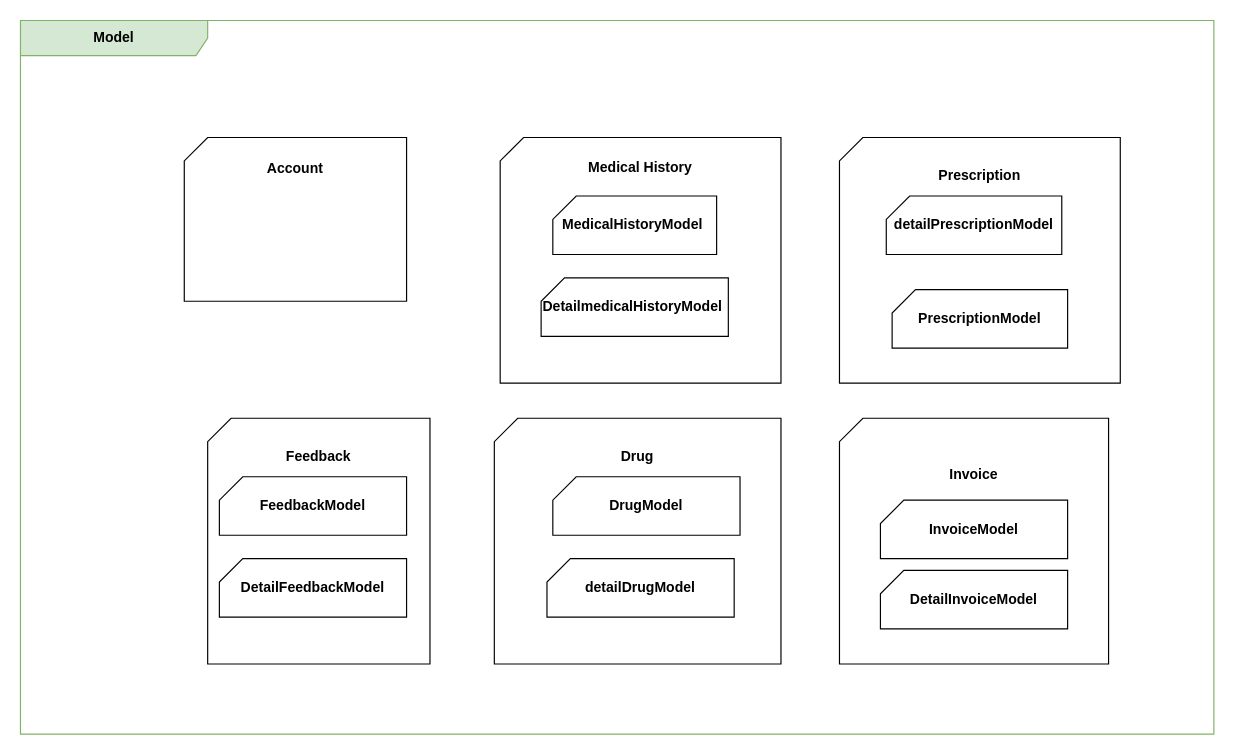
Earlier version of the draw.io diagram page "Page-4" (4 of 4) of doc/SowareArchiture/SA-diagram.drawio (DN2803/Intro2SE_21_3_lab). Source tidied: cells renumbered, new cells numbered last; positions are measured from the earlier drawing's top-left corner, leaving out a move shared by most shapes. Both pictures are drawn from the tidied source at 117%, with x=0, y=0 at pixel (20, 20).
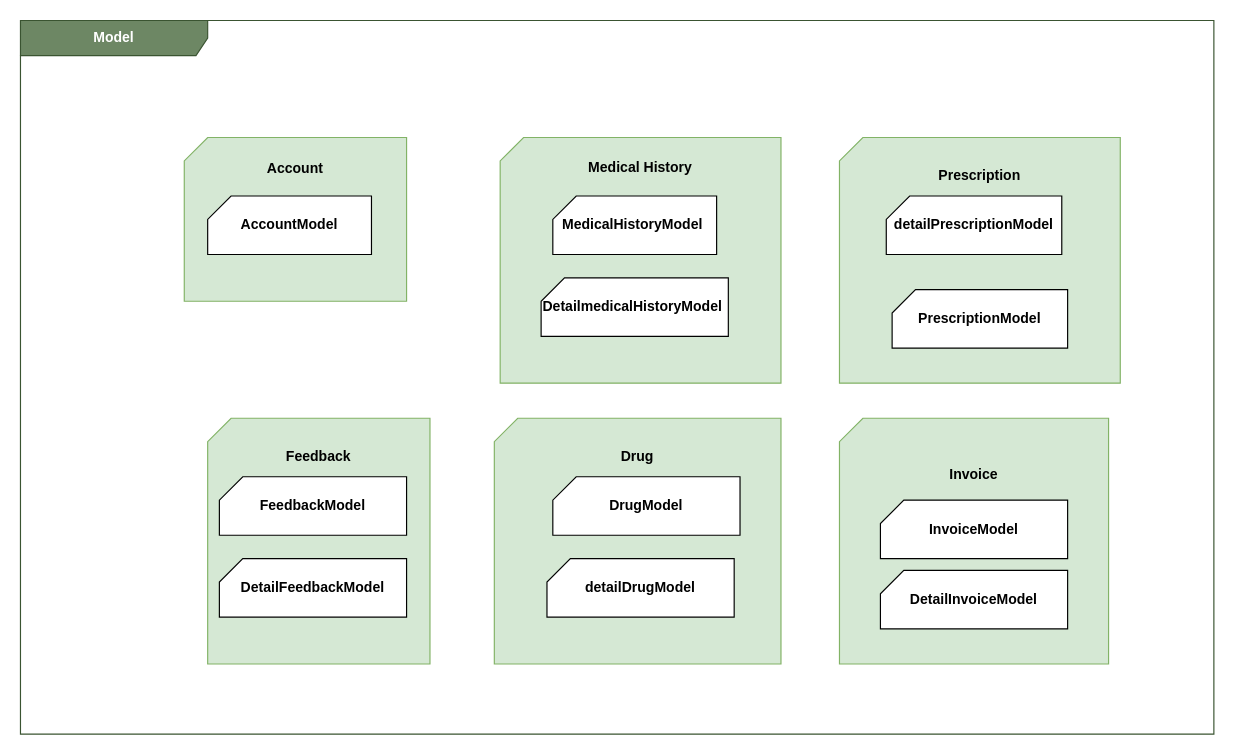
Above is the later version.

Change to the diagram source:
```diff
@@
 <mxGraphModel>
   <root>
     <mxCell id="0" />
     <mxCell id="1" parent="0" />
-    <mxCell id="2" value="&lt;b&gt;Model&lt;/b&gt;" style="shape=umlFrame;whiteSpace=wrap;html=1;width=160;fillColor=#d5e8d4;strokeColor=#82b366;" parent="1" vertex="1">
+    <mxCell id="2" value="&lt;b&gt;Model&lt;/b&gt;" style="shape=umlFrame;whiteSpace=wrap;html=1;width=160;fillColor=#6d8764;strokeColor=#3A5431;fontColor=#ffffff;" parent="1" vertex="1">
       <mxGeometry width="1020" height="610" as="geometry" />
     </mxCell>
-    <mxCell id="3" value="&lt;b&gt;Account&lt;br&gt;&lt;br&gt;&lt;br&gt;&lt;br&gt;&lt;br&gt;&lt;br&gt;&lt;br&gt;&lt;/b&gt;" style="shape=card;whiteSpace=wrap;html=1;size=20;" parent="2" vertex="1">
+    <mxCell id="3" value="&lt;b&gt;Account&lt;br&gt;&lt;br&gt;&lt;br&gt;&lt;br&gt;&lt;br&gt;&lt;br&gt;&lt;br&gt;&lt;/b&gt;" style="shape=card;whiteSpace=wrap;html=1;size=20;fillColor=#d5e8d4;strokeColor=#82b366;" parent="2" vertex="1">
       <mxGeometry x="140" y="100" width="190" height="140" as="geometry" />
     </mxCell>
-    <mxCell id="4" value="&lt;b&gt;Invoice&lt;br&gt;&lt;br&gt;&lt;br&gt;&lt;br&gt;&lt;br&gt;&lt;br&gt;&lt;br&gt;&lt;br&gt;&lt;br&gt;&lt;/b&gt;" style="shape=card;whiteSpace=wrap;html=1;size=20;" parent="2" vertex="1">
+    <mxCell id="4" value="&lt;b&gt;Invoice&lt;br&gt;&lt;br&gt;&lt;br&gt;&lt;br&gt;&lt;br&gt;&lt;br&gt;&lt;br&gt;&lt;br&gt;&lt;br&gt;&lt;/b&gt;" style="shape=card;whiteSpace=wrap;html=1;size=20;fillColor=#d5e8d4;strokeColor=#82b366;" parent="2" vertex="1">
       <mxGeometry x="700" y="340" width="230" height="210" as="geometry" />
     </mxCell>
-    <mxCell id="5" value="&lt;b&gt;Feedback&lt;br&gt;&lt;br&gt;&lt;br&gt;&lt;br&gt;&lt;br&gt;&lt;br&gt;&lt;br&gt;&lt;br&gt;&lt;br&gt;&lt;br&gt;&lt;br&gt;&lt;/b&gt;" style="shape=card;whiteSpace=wrap;html=1;size=20;" parent="2" vertex="1">
+    <mxCell id="5" value="&lt;b&gt;Feedback&lt;br&gt;&lt;br&gt;&lt;br&gt;&lt;br&gt;&lt;br&gt;&lt;br&gt;&lt;br&gt;&lt;br&gt;&lt;br&gt;&lt;br&gt;&lt;br&gt;&lt;/b&gt;" style="shape=card;whiteSpace=wrap;html=1;size=20;fillColor=#d5e8d4;strokeColor=#82b366;" parent="2" vertex="1">
       <mxGeometry x="160" y="340" width="190" height="210" as="geometry" />
     </mxCell>
-    <mxCell id="6" value="&lt;b&gt;Drug&lt;br&gt;&lt;br&gt;&lt;br&gt;&lt;br&gt;&lt;br&gt;&lt;br&gt;&lt;br&gt;&lt;br&gt;&lt;br&gt;&lt;br&gt;&lt;br&gt;&lt;/b&gt;" style="shape=card;whiteSpace=wrap;html=1;size=20;" parent="2" vertex="1">
+    <mxCell id="6" value="&lt;b&gt;Drug&lt;br&gt;&lt;br&gt;&lt;br&gt;&lt;br&gt;&lt;br&gt;&lt;br&gt;&lt;br&gt;&lt;br&gt;&lt;br&gt;&lt;br&gt;&lt;br&gt;&lt;/b&gt;" style="shape=card;whiteSpace=wrap;html=1;size=20;fillColor=#d5e8d4;strokeColor=#82b366;" parent="2" vertex="1">
       <mxGeometry x="405" y="340" width="245" height="210" as="geometry" />
     </mxCell>
-    <mxCell id="7" value="&lt;b&gt;Medical History&lt;br&gt;&lt;br&gt;&lt;br&gt;&lt;br&gt;&lt;br&gt;&lt;br&gt;&lt;br&gt;&lt;br&gt;&lt;br&gt;&lt;br&gt;&lt;br&gt;&lt;br&gt;&lt;/b&gt;" style="shape=card;whiteSpace=wrap;html=1;size=20;" parent="2" vertex="1">
+    <mxCell id="7" value="&lt;b&gt;Medical History&lt;br&gt;&lt;br&gt;&lt;br&gt;&lt;br&gt;&lt;br&gt;&lt;br&gt;&lt;br&gt;&lt;br&gt;&lt;br&gt;&lt;br&gt;&lt;br&gt;&lt;br&gt;&lt;/b&gt;" style="shape=card;whiteSpace=wrap;html=1;size=20;fillColor=#d5e8d4;strokeColor=#82b366;" parent="2" vertex="1">
       <mxGeometry x="410" y="100" width="240" height="210" as="geometry" />
     </mxCell>
     <mxCell id="8" value="&lt;b&gt;MedicalHistoryModel&amp;nbsp;&lt;br&gt;&lt;/b&gt;" style="shape=card;whiteSpace=wrap;html=1;size=20;" parent="2" vertex="1">
       <mxGeometry x="455" y="150" width="140" height="50" as="geometry" />
     </mxCell>
     <mxCell id="9" value="&lt;b&gt;DetailmedicalHistoryModel&amp;nbsp;&lt;br&gt;&lt;/b&gt;" style="shape=card;whiteSpace=wrap;html=1;size=20;" parent="2" vertex="1">
       <mxGeometry x="445" y="220" width="160" height="50" as="geometry" />
     </mxCell>
-    <mxCell id="10" value="&lt;b&gt;Prescription&lt;/b&gt;&lt;br&gt;&lt;br&gt;&lt;br&gt;&lt;br&gt;&lt;br&gt;&lt;br&gt;&lt;br&gt;&lt;br&gt;&lt;br&gt;&lt;br&gt;&lt;br&gt;" style="shape=card;whiteSpace=wrap;html=1;size=20;" parent="2" vertex="1">
+    <mxCell id="10" value="&lt;b&gt;Prescription&lt;/b&gt;&lt;br&gt;&lt;br&gt;&lt;br&gt;&lt;br&gt;&lt;br&gt;&lt;br&gt;&lt;br&gt;&lt;br&gt;&lt;br&gt;&lt;br&gt;&lt;br&gt;" style="shape=card;whiteSpace=wrap;html=1;size=20;fillColor=#d5e8d4;strokeColor=#82b366;" parent="2" vertex="1">
       <mxGeometry x="700" y="100" width="240" height="210" as="geometry" />
     </mxCell>
     <mxCell id="11" value="&lt;b&gt;detailPrescriptionModel&lt;br&gt;&lt;/b&gt;" style="shape=card;whiteSpace=wrap;html=1;size=20;" parent="2" vertex="1">
       <mxGeometry x="740" y="150" width="150" height="50" as="geometry" />
     </mxCell>
     <mxCell id="12" value="&lt;b&gt;detailDrugModel&lt;br&gt;&lt;/b&gt;" style="shape=card;whiteSpace=wrap;html=1;size=20;" parent="2" vertex="1">
       <mxGeometry x="450" y="460" width="160" height="50" as="geometry" />
     </mxCell>
     <mxCell id="13" value="&lt;b&gt;DrugModel&lt;br&gt;&lt;/b&gt;" style="shape=card;whiteSpace=wrap;html=1;size=20;" parent="2" vertex="1">
       <mxGeometry x="455" y="390" width="160" height="50" as="geometry" />
     </mxCell>
     <mxCell id="14" value="&lt;b&gt;PrescriptionModel&lt;br&gt;&lt;/b&gt;" style="shape=card;whiteSpace=wrap;html=1;size=20;" parent="2" vertex="1">
       <mxGeometry x="745" y="230" width="150" height="50" as="geometry" />
     </mxCell>
     <mxCell id="15" value="&lt;b&gt;InvoiceModel&lt;br&gt;&lt;/b&gt;" style="shape=card;whiteSpace=wrap;html=1;size=20;" parent="2" vertex="1">
       <mxGeometry x="735" y="410" width="160" height="50" as="geometry" />
     </mxCell>
     <mxCell id="16" value="&lt;b&gt;DetailInvoiceModel&lt;br&gt;&lt;/b&gt;" style="shape=card;whiteSpace=wrap;html=1;size=20;" parent="2" vertex="1">
       <mxGeometry x="735" y="470" width="160" height="50" as="geometry" />
     </mxCell>
     <mxCell id="17" value="&lt;b&gt;FeedbackModel&lt;br&gt;&lt;/b&gt;" style="shape=card;whiteSpace=wrap;html=1;size=20;" parent="2" vertex="1">
       <mxGeometry x="170" y="390" width="160" height="50" as="geometry" />
     </mxCell>
     <mxCell id="18" value="&lt;b&gt;DetailFeedbackModel&lt;br&gt;&lt;/b&gt;" style="shape=card;whiteSpace=wrap;html=1;size=20;" parent="2" vertex="1">
       <mxGeometry x="170" y="460" width="160" height="50" as="geometry" />
     </mxCell>
+    <mxCell id="19" value="&lt;b&gt;AccountModel&lt;br&gt;&lt;/b&gt;" style="shape=card;whiteSpace=wrap;html=1;size=20;" parent="2" vertex="1">
+      <mxGeometry x="160" y="150" width="140" height="50" as="geometry" />
+    </mxCell>
   </root>
 </mxGraphModel>
```
